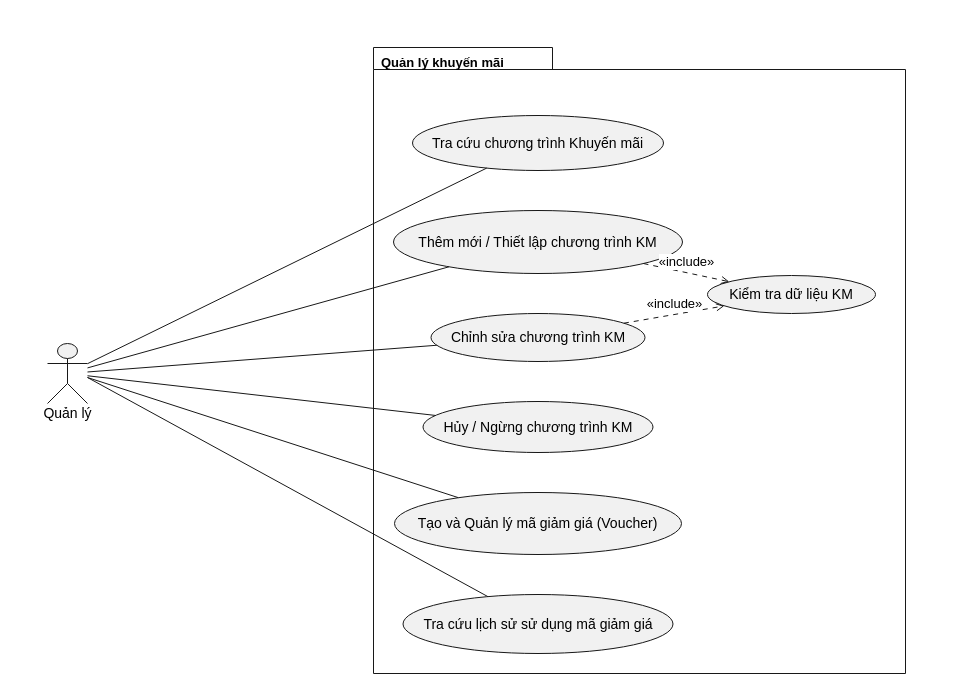
This is docs/diagrams/Sơ đồ usecase/QuanLyKhuyenMai.drawio from chihai9-dev/quan-ly-nha-sach-ooad, a draw.io file, before an edit. Source tidied: cells renumbered, new cells numbered last; positions are measured from the earlier drawing's top-left corner, leaving out a move shared by most shapes. Both pictures are drawn from the tidied source at 100%, with x=0, y=0 at pixel (17, 17).
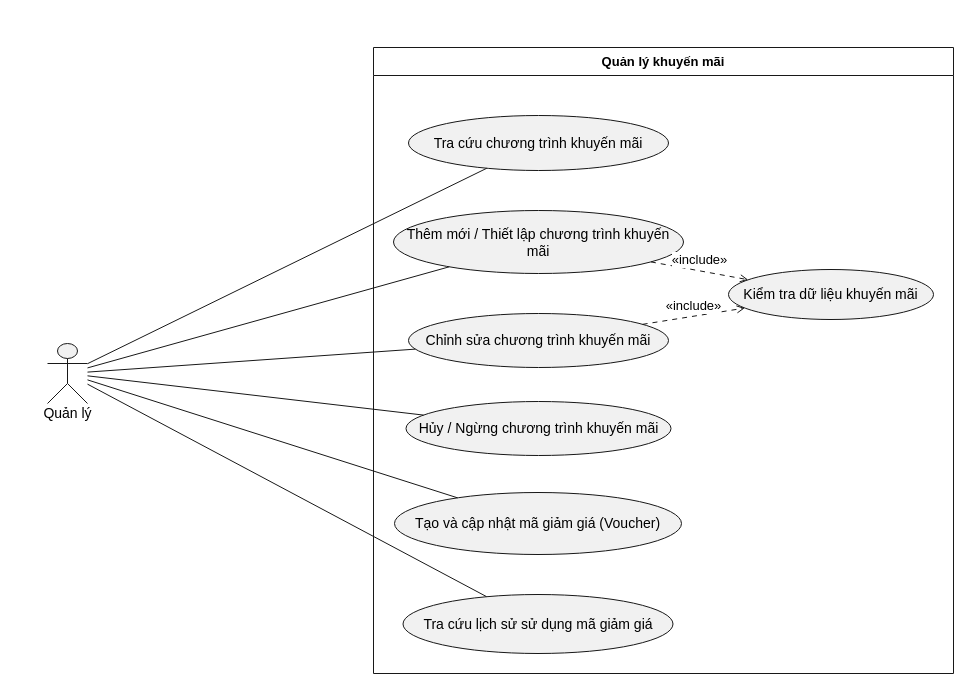
Above is the later version.

Unchanged cells that the change refers to:
```xml
<mxCell id="2" style="group;transparentBounds=1;editIcon=1;lockedGroup=0;groupPadding=10;" parent="1" vertex="1">
  <mxGeometry as="geometry" />
</mxCell>
<mxCell id="9" value="Tra cứu lịch sử sử dụng mã giảm giá" style="ellipse;html=1;fillColor=#F1F1F1;strokeColor=#181818;whiteSpace=wrap;fontColor=#000000;fontSize=14;" parent="3" vertex="1">
  <mxGeometry x="29.5" y="547" width="270" height="59" as="geometry" />
</mxCell>
<mxCell id="13" style="shape=umlActor;html=1;fillColor=#F1F1F1;strokeColor=#181818;fontColor=#000000;fontSize=14;" parent="2" vertex="1">
  <mxGeometry x="30" y="326" width="40" height="60" as="geometry" />
</mxCell>
```

What changed in the source:
```diff
@@
-    <mxCell id="3" value="Quản lý khuyến mãi" style="shape=folder;tabWidth=179;tabHeight=22;tabPosition=left;html=1;fillColor=none;strokeColor=#181818;fontColor=#000000;fontSize=13;fontStyle=1;align=left;verticalAlign=top;spacingLeft=6;spacingTop=1;" parent="2" vertex="1">
-      <mxGeometry x="356" y="30" width="532" height="626" as="geometry" />
+    <mxCell id="3" value="Quản lý khuyến mãi" style="swimlane;startSize=28;html=1;fillColor=none;strokeColor=#181818;fontColor=#000000;fontSize=13;fontStyle=1;whiteSpace=wrap;" parent="2" vertex="1">
+      <mxGeometry x="356" y="30" width="580" height="626" as="geometry" />
     </mxCell>
-    <mxCell id="4" value="Tra cứu chương trình Khuyến mãi" style="ellipse;html=1;fillColor=#F1F1F1;strokeColor=#181818;whiteSpace=wrap;fontColor=#000000;fontSize=14;" parent="3" vertex="1">
-      <mxGeometry x="39" y="68" width="251" height="55" as="geometry" />
+    <mxCell id="4" value="Tra cứu chương trình khuyến mãi" style="ellipse;html=1;fillColor=#F1F1F1;strokeColor=#181818;whiteSpace=wrap;fontColor=#000000;fontSize=14;" parent="3" vertex="1">
+      <mxGeometry x="35" y="68" width="260" height="55" as="geometry" />
     </mxCell>
-    <mxCell id="5" value="Thêm mới / Thiết lập chương trình KM" style="ellipse;html=1;fillColor=#F1F1F1;strokeColor=#181818;whiteSpace=wrap;fontColor=#000000;fontSize=14;" parent="3" vertex="1">
-      <mxGeometry x="20" y="163" width="289" height="63" as="geometry" />
+    <mxCell id="5" value="Thêm mới / Thiết lập chương trình khuyến mãi" style="ellipse;html=1;fillColor=#F1F1F1;strokeColor=#181818;whiteSpace=wrap;fontColor=#000000;fontSize=14;" parent="3" vertex="1">
+      <mxGeometry x="20" y="163" width="290" height="63" as="geometry" />
     </mxCell>
-    <mxCell id="6" value="Chỉnh sửa chương trình KM" style="ellipse;html=1;fillColor=#F1F1F1;strokeColor=#181818;whiteSpace=wrap;fontColor=#000000;fontSize=14;" parent="3" vertex="1">
-      <mxGeometry x="57.5" y="266" width="214" height="48" as="geometry" />
+    <mxCell id="6" value="Chỉnh sửa chương trình khuyến mãi" style="ellipse;html=1;fillColor=#F1F1F1;strokeColor=#181818;whiteSpace=wrap;fontColor=#000000;fontSize=14;" parent="3" vertex="1">
+      <mxGeometry x="35" y="266" width="260" height="54" as="geometry" />
     </mxCell>
-    <mxCell id="7" value="Hủy / Ngừng chương trình KM" style="ellipse;html=1;fillColor=#F1F1F1;strokeColor=#181818;whiteSpace=wrap;fontColor=#000000;fontSize=14;" parent="3" vertex="1">
-      <mxGeometry x="49.5" y="354" width="230" height="51" as="geometry" />
+    <mxCell id="7" value="Hủy / Ngừng chương trình khuyến mãi" style="ellipse;html=1;fillColor=#F1F1F1;strokeColor=#181818;whiteSpace=wrap;fontColor=#000000;fontSize=14;" parent="3" vertex="1">
+      <mxGeometry x="32.5" y="354" width="265" height="54" as="geometry" />
     </mxCell>
-    <mxCell id="8" value="Tạo và Quản lý mã giảm giá (Voucher)" style="ellipse;html=1;fillColor=#F1F1F1;strokeColor=#181818;whiteSpace=wrap;fontColor=#000000;fontSize=14;" parent="3" vertex="1">
+    <mxCell id="8" value="Tạo và cập nhật mã giảm giá (Voucher)" style="ellipse;html=1;fillColor=#F1F1F1;strokeColor=#181818;whiteSpace=wrap;fontColor=#000000;fontSize=14;" parent="3" vertex="1">
       <mxGeometry x="21" y="445" width="287" height="62" as="geometry" />
     </mxCell>
@@
-    <mxCell id="10" value="Kiểm tra dữ liệu KM" style="ellipse;html=1;fillColor=#F1F1F1;strokeColor=#181818;whiteSpace=wrap;fontColor=#000000;fontSize=14;" parent="3" vertex="1">
-      <mxGeometry x="334" y="228" width="168" height="38" as="geometry" />
+    <mxCell id="10" value="Kiểm tra dữ liệu khuyến mãi" style="ellipse;html=1;fillColor=#F1F1F1;strokeColor=#181818;whiteSpace=wrap;fontColor=#000000;fontSize=14;" parent="3" vertex="1">
+      <mxGeometry x="355" y="222" width="205" height="50" as="geometry" />
     </mxCell>
@@
-    <mxCell id="19" style="endArrow=none;endFill=0;strokeColor=#181818;fontColor=#000000;fontSize=13;edgeStyle=none;rounded=0;html=1;curved=0;endSize=6;sourcePerimeterSpacing=0;targetPerimeterSpacing=0;" parent="2" edge="1" target="8">
-      <mxGeometry relative="1" as="geometry">
-        <mxPoint x="70" y="360" as="sourcePoint" />
-      </mxGeometry>
+    <mxCell id="19" style="endArrow=none;endFill=0;strokeColor=#181818;fontColor=#000000;fontSize=13;edgeStyle=none;rounded=0;html=1;curved=0;endSize=6;sourcePerimeterSpacing=0;targetPerimeterSpacing=0;" parent="2" edge="1" source="13" target="8">
+      <mxGeometry relative="1" as="geometry" />
     </mxCell>
-    <mxCell id="20" style="endArrow=none;endFill=0;strokeColor=#181818;fontColor=#000000;fontSize=13;edgeStyle=none;rounded=0;html=1;curved=0;endSize=6;sourcePerimeterSpacing=0;targetPerimeterSpacing=0;" parent="2" edge="1" target="9">
-      <mxGeometry relative="1" as="geometry">
-        <mxPoint x="70" y="360" as="sourcePoint" />
-      </mxGeometry>
+    <mxCell id="20" style="endArrow=none;endFill=0;strokeColor=#181818;fontColor=#000000;fontSize=13;edgeStyle=none;rounded=0;html=1;curved=0;endSize=6;sourcePerimeterSpacing=0;targetPerimeterSpacing=0;" parent="2" edge="1" source="13" target="9">
+      <mxGeometry relative="1" as="geometry" />
     </mxCell>
```
